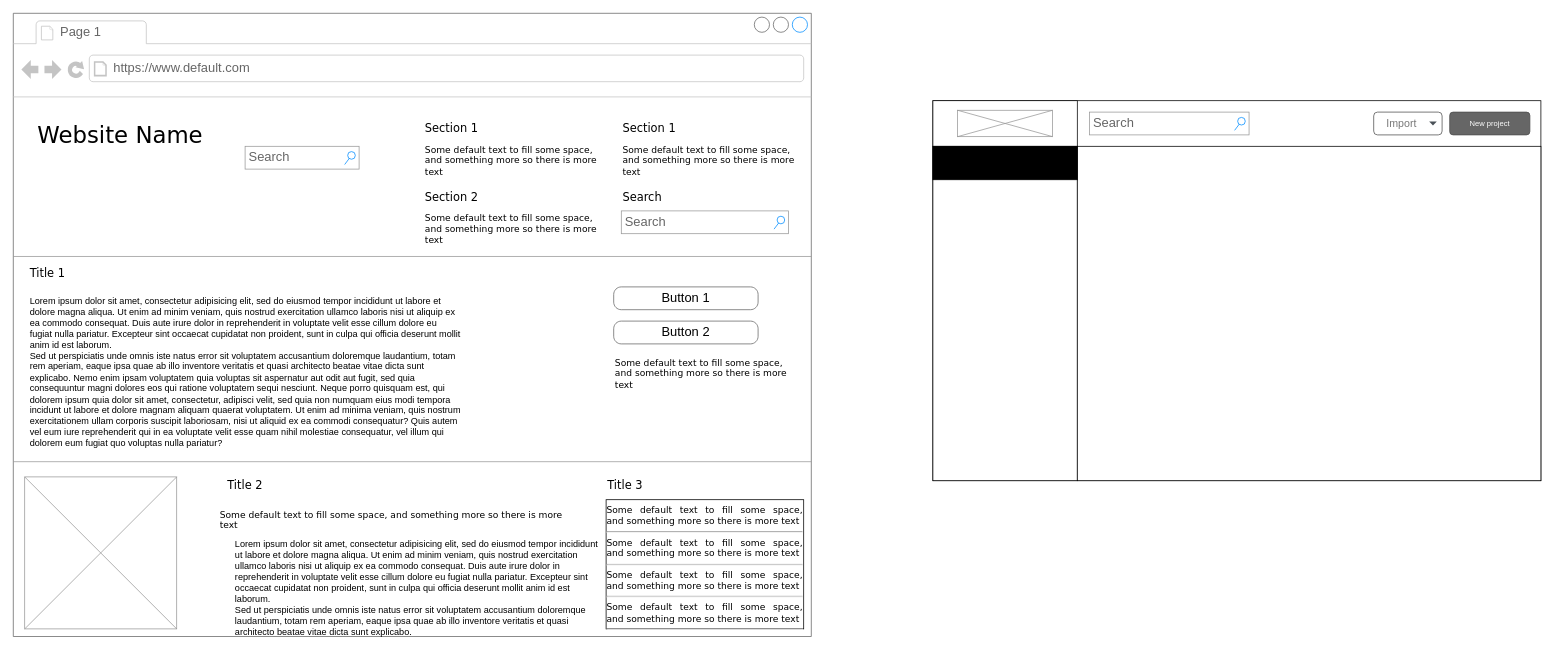
The draw.io diagram source/assets/Untitled Diagram.drawio in myebstudios/eb-image-reducer, before the edit. Source tidied: cells renumbered, new cells numbered last; positions are measured from the earlier drawing's top-left corner, leaving out a move shared by most shapes. Both pictures are drawn from the tidied source at 76%, with x=0, y=0 at pixel (13, 13).
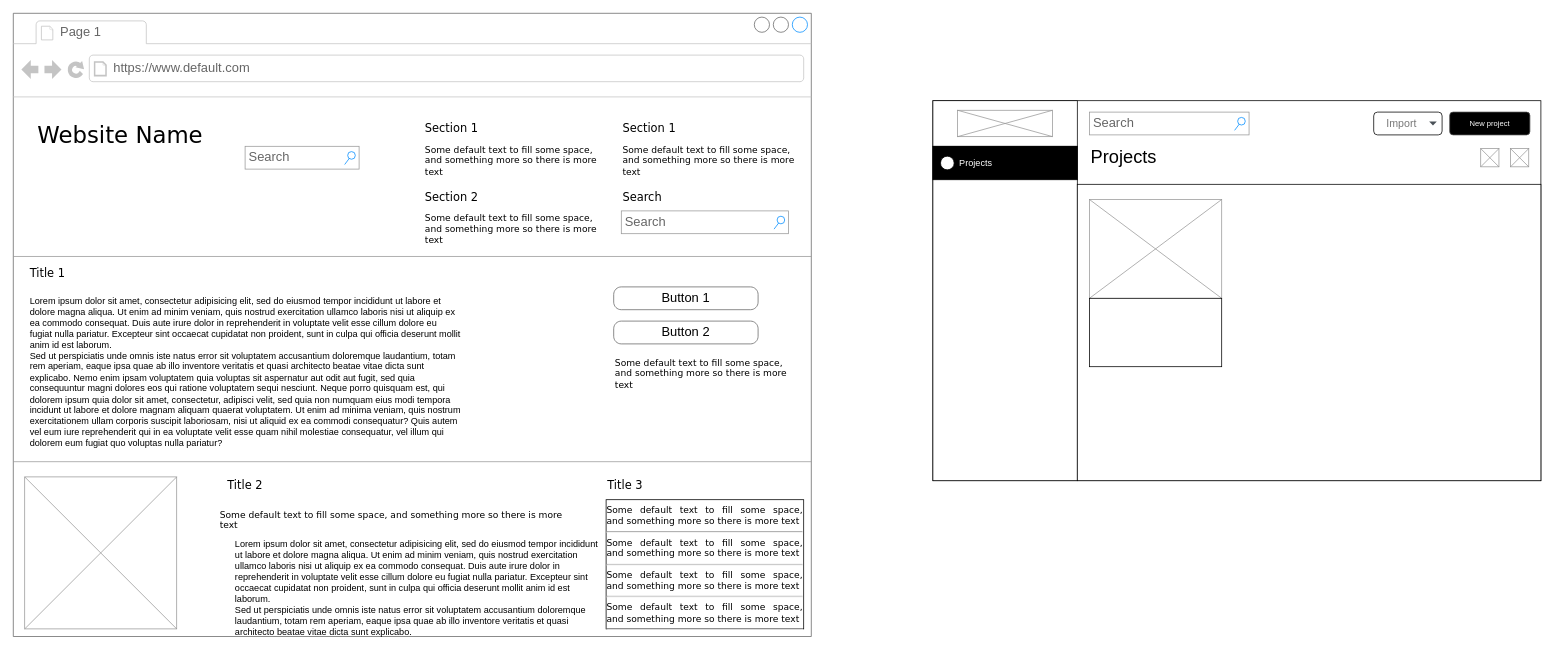
After the change.

The edit, as a diff of the source:
```diff
@@
     <mxCell id="31" style="rounded=0;whiteSpace=wrap;html=1;" parent="1" vertex="1">
-      <mxGeometry x="1400" y="175" width="610" height="440" as="geometry" />
+      <mxGeometry x="1400" y="225" width="610" height="390" as="geometry" />
     </mxCell>
@@
-    <mxCell id="33" value="New project" style="rounded=1;html=1;shadow=0;dashed=0;whiteSpace=wrap;fontSize=10;fillColor=#666666;align=center;strokeColor=#4D4D4D;fontColor=#ffffff;" parent="1" vertex="1">
+    <mxCell id="33" value="New project" style="rounded=1;html=1;shadow=0;dashed=0;whiteSpace=wrap;fontSize=10;fillColor=#000000;align=center;strokeColor=#4D4D4D;fontColor=#ffffff;" parent="1" vertex="1">
       <mxGeometry x="1890" y="130" width="105.5" height="30" as="geometry" />
     </mxCell>
-    <mxCell id="34" value="Import" style="html=1;shadow=0;dashed=0;shape=mxgraph.bootstrap.rrect;rSize=5;strokeColor=#505050;strokeWidth=1;fillColor=#ffffff;fontColor=#777777;whiteSpace=wrap;align=left;verticalAlign=middle;fontStyle=0;fontSize=14;spacingRight=0;spacing=17;" parent="1" vertex="1">
+    <mxCell id="34" value="Import" style="html=1;shadow=0;dashed=0;shape=mxgraph.bootstrap.rrect;rSize=5;strokeColor=#000000;strokeWidth=1;fillColor=#ffffff;fontColor=#777777;whiteSpace=wrap;align=left;verticalAlign=middle;fontStyle=0;fontSize=14;spacingRight=0;spacing=17;" parent="1" vertex="1">
       <mxGeometry x="1790" y="130" width="90" height="30" as="geometry" />
     </mxCell>
@@
+    <mxCell id="38" style="verticalLabelPosition=bottom;shadow=0;dashed=0;align=center;html=1;verticalAlign=top;strokeWidth=1;shape=mxgraph.mockup.graphics.simpleIcon;strokeColor=#999999;" parent="1" vertex="1">
+      <mxGeometry x="1416" y="245" width="174" height="130" as="geometry" />
+    </mxCell>
+    <mxCell id="39" style="rounded=0;whiteSpace=wrap;html=1;" parent="1" vertex="1">
+      <mxGeometry x="1416" y="375" width="174" height="90" as="geometry" />
+    </mxCell>
+    <mxCell id="40" value="Projects" style="text;html=1;align=left;verticalAlign=middle;whiteSpace=wrap;rounded=0;fontSize=24;" parent="1" vertex="1">
+      <mxGeometry x="1416" y="175" width="104" height="30" as="geometry" />
+    </mxCell>
+    <mxCell id="41" style="verticalLabelPosition=bottom;shadow=0;dashed=0;align=center;html=1;verticalAlign=top;strokeWidth=1;shape=mxgraph.mockup.graphics.simpleIcon;strokeColor=#999999;" parent="1" vertex="1">
+      <mxGeometry x="1970" y="178" width="24" height="24" as="geometry" />
+    </mxCell>
+    <mxCell id="42" style="verticalLabelPosition=bottom;shadow=0;dashed=0;align=center;html=1;verticalAlign=top;strokeWidth=1;shape=mxgraph.mockup.graphics.simpleIcon;strokeColor=#999999;" parent="1" vertex="1">
+      <mxGeometry x="1930.8" y="178" width="24" height="24" as="geometry" />
+    </mxCell>
+    <mxCell id="43" value="Projects" style="text;html=1;align=left;verticalAlign=middle;whiteSpace=wrap;rounded=0;fillColor=none;fontColor=#FFFFFF;" parent="1" vertex="1">
+      <mxGeometry x="1242.5" y="182" width="60" height="30" as="geometry" />
+    </mxCell>
+    <mxCell id="44" style="rounded=1;whiteSpace=wrap;html=1;arcSize=50;" parent="1" vertex="1">
+      <mxGeometry x="1220" y="188" width="18" height="18" as="geometry" />
+    </mxCell>
```
